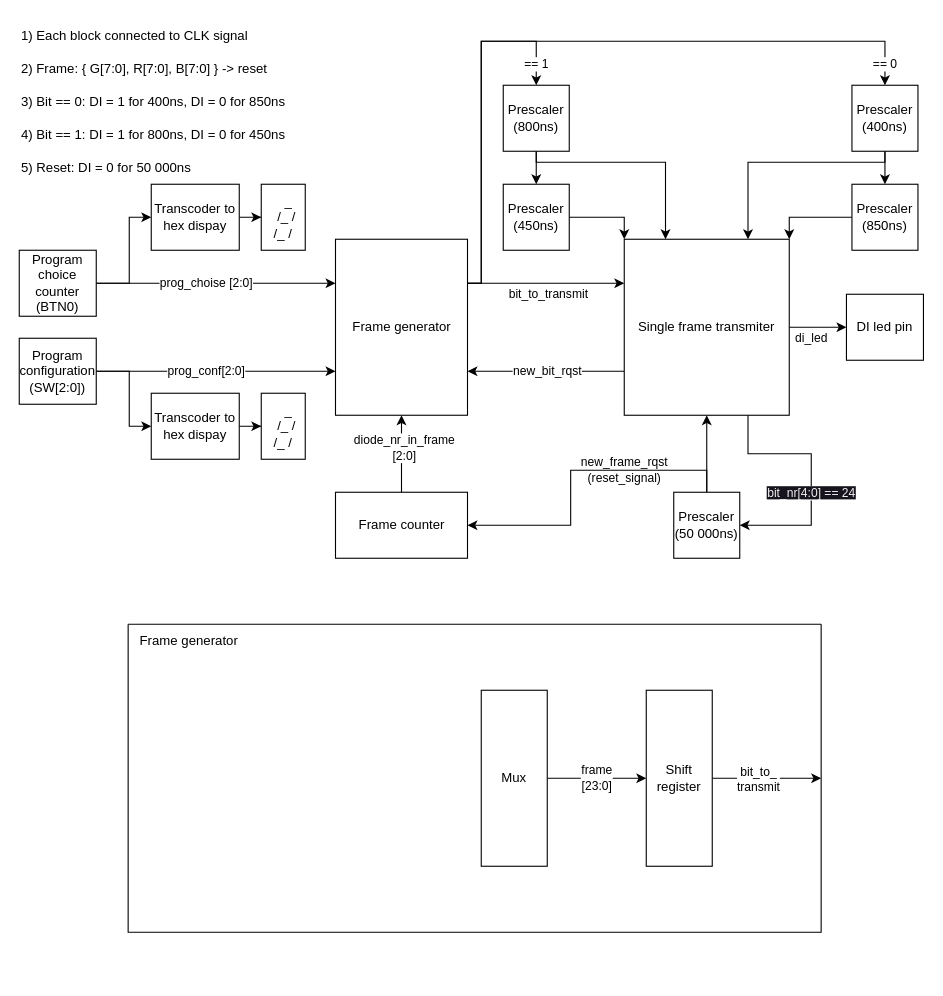
Above: LedSnake.drawio in r-smalec/LedSnake (draw.io), before the change. Source tidied: cells renumbered, new cells numbered last; positions are measured from the earlier drawing's top-left corner, leaving out a move shared by most shapes. Both pictures are drawn from the tidied source at 110%, with x=0, y=0 at pixel (19, 19).
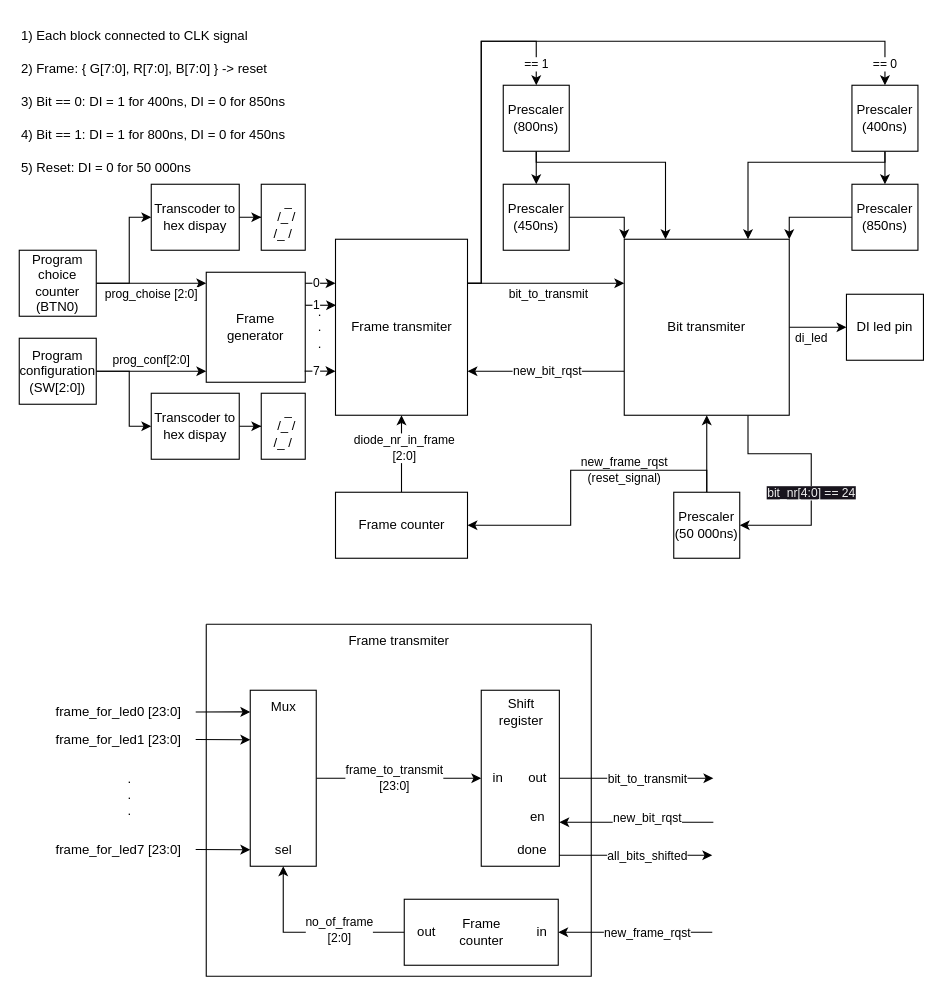
The same diagram, later.

Commit message:
Frame transmiter added to schematic

The change refers to these unchanged cells:
```xml
<mxCell id="4" value="Program choice&lt;br&gt;counter&lt;br&gt;(BTN0)" style="rounded=0;whiteSpace=wrap;html=1;" parent="1" vertex="1">
  <mxGeometry y="210" width="70" height="60" as="geometry" />
</mxCell>
<mxCell id="7" value="Program configuration&lt;br&gt;(SW[2:0])" style="rounded=0;whiteSpace=wrap;html=1;" parent="1" vertex="1">
  <mxGeometry y="290" width="70" height="60" as="geometry" />
</mxCell>
```

The edit, as a diff of the source:
```diff
@@
-    <mxCell id="2" value="prog_choise [2:0]" style="edgeStyle=orthogonalEdgeStyle;rounded=0;jettySize=auto;html=1;entryX=0;entryY=0.25;entryDx=0;entryDy=0;" parent="1" edge="1" source="4" target="17">
-      <mxGeometry x="-0.08" relative="1" as="geometry">
+    <mxCell id="2" value="prog_choise [2:0]" style="edgeStyle=orthogonalEdgeStyle;rounded=0;jettySize=auto;html=1;" parent="1" edge="1" source="4">
+      <mxGeometry y="-10" relative="1" as="geometry">
+        <mxPoint x="170" y="240" as="targetPoint" />
         <Array as="points">
           <mxPoint x="140" y="240" />
           <mxPoint x="140" y="240" />
         </Array>
       </mxGeometry>
     </mxCell>
@@
-    <mxCell id="5" value="prog_conf[2:0]" style="edgeStyle=orthogonalEdgeStyle;rounded=0;jettySize=auto;html=1;entryX=0;entryY=0.75;entryDx=0;entryDy=0;" parent="1" edge="1" source="7" target="17">
-      <mxGeometry x="-0.08" relative="1" as="geometry">
+    <mxCell id="5" value="prog_conf[2:0]" style="edgeStyle=orthogonalEdgeStyle;rounded=0;jettySize=auto;html=1;" parent="1" edge="1" source="7">
+      <mxGeometry y="10" relative="1" as="geometry">
+        <mxPoint x="170" y="320" as="targetPoint" />
         <Array as="points">
           <mxPoint x="90" y="320" />
           <mxPoint x="90" y="320" />
         </Array>
       </mxGeometry>
     </mxCell>
@@
-    <mxCell id="17" value="Frame generator" style="rounded=0;whiteSpace=wrap;html=1;" parent="1" vertex="1">
+    <mxCell id="17" value="Frame transmiter" style="rounded=0;whiteSpace=wrap;html=1;" parent="1" vertex="1">
       <mxGeometry x="287.5" y="200" width="120" height="160" as="geometry" />
     </mxCell>
@@
-    <mxCell id="21" value="Single frame transmiter" style="rounded=0;whiteSpace=wrap;html=1;" parent="1" vertex="1">
+    <mxCell id="21" value="Bit transmiter" style="rounded=0;whiteSpace=wrap;html=1;" parent="1" vertex="1">
       <mxGeometry x="550" y="200" width="150" height="160" as="geometry" />
     </mxCell>
@@
     <mxCell id="44" style="swimlane;startSize=0;" parent="1" vertex="1">
-      <mxGeometry x="99" y="550" width="630" height="280" as="geometry" />
+      <mxGeometry x="170" y="550" width="350" height="320" as="geometry" />
     </mxCell>
-    <mxCell id="45" value="frame&lt;br&gt;[23:0]" style="edgeStyle=none;html=1;entryX=0;entryY=0.5;entryDx=0;entryDy=0;" parent="44" edge="1" source="46" target="50">
-      <mxGeometry relative="1" as="geometry" />
+    <mxCell id="45" value="frame_to_transmit&lt;br&gt;[23:0]" style="edgeStyle=none;html=1;entryX=0;entryY=0.5;entryDx=0;entryDy=0;" parent="44" edge="1" source="46" target="50">
+      <mxGeometry x="-0.06" relative="1" as="geometry" />
     </mxCell>
-    <mxCell id="46" value="Mux" style="rounded=0;whiteSpace=wrap;html=1;" parent="44" vertex="1">
-      <mxGeometry x="321" y="60" width="60" height="160" as="geometry" />
+    <mxCell id="46" style="rounded=0;whiteSpace=wrap;html=1;" parent="44" vertex="1">
+      <mxGeometry x="40" y="60" width="60" height="160" as="geometry" />
     </mxCell>
-    <mxCell id="47" value="Frame generator" style="text;html=1;align=center;verticalAlign=middle;strokeColor=none;fillColor=none;" parent="44" vertex="1">
-      <mxGeometry width="110" height="30" as="geometry" />
+    <mxCell id="47" value="Frame transmiter" style="text;html=1;align=center;verticalAlign=middle;strokeColor=none;fillColor=none;" parent="44" vertex="1">
+      <mxGeometry x="120" width="110" height="30" as="geometry" />
     </mxCell>
-    <mxCell id="48" style="edgeStyle=none;html=1;entryX=1;entryY=0.5;entryDx=0;entryDy=0;" parent="44" edge="1" source="50" target="44">
-      <mxGeometry relative="1" as="geometry" />
+    <mxCell id="48" style="edgeStyle=none;html=1;" parent="44" edge="1" source="50">
+      <mxGeometry relative="1" as="geometry">
+        <mxPoint x="461" y="140" as="targetPoint" />
+      </mxGeometry>
     </mxCell>
-    <mxCell id="49" value="bit_to_&lt;br&gt;transmit" style="edgeLabel;html=1;align=center;verticalAlign=middle;" parent="48" vertex="1">
-      <mxGeometry x="-0.17" relative="1" as="geometry" />
+    <mxCell id="49" value="bit_to_transmit" style="edgeLabel;html=1;align=center;verticalAlign=middle;" parent="48" vertex="1">
+      <mxGeometry x="-0.17" relative="1" as="geometry">
+        <mxPoint x="21" as="offset" />
+      </mxGeometry>
     </mxCell>
-    <mxCell id="50" value="Shift register" style="rounded=0;whiteSpace=wrap;html=1;" parent="44" vertex="1">
-      <mxGeometry x="471" y="60" width="60" height="160" as="geometry" />
+    <mxCell id="50" style="rounded=0;whiteSpace=wrap;html=1;" parent="44" vertex="1">
+      <mxGeometry x="250" y="60" width="71" height="160" as="geometry" />
     </mxCell>
+    <mxCell id="51" style="endArrow=classic;html=1;rounded=0;entryX=1;entryY=0.75;entryDx=0;entryDy=0;" parent="44" edge="1" target="50">
+      <mxGeometry relative="1" as="geometry">
+        <mxPoint x="461" y="180" as="sourcePoint" />
+      </mxGeometry>
+    </mxCell>
+    <mxCell id="52" value="new_bit_rqst" style="edgeLabel;html=1;align=center;verticalAlign=middle;" parent="51" vertex="1">
+      <mxGeometry x="0.15" relative="1" as="geometry">
+        <mxPoint x="20" y="-5" as="offset" />
+      </mxGeometry>
+    </mxCell>
+    <mxCell id="53" value="Shift&lt;br&gt;register" style="text;html=1;align=center;verticalAlign=middle;strokeColor=none;fillColor=none;" parent="44" vertex="1">
+      <mxGeometry x="255.5" y="60" width="60" height="40" as="geometry" />
+    </mxCell>
+    <mxCell id="54" value="Mux" style="text;html=1;align=center;verticalAlign=middle;strokeColor=none;fillColor=none;" parent="44" vertex="1">
+      <mxGeometry x="45" y="60" width="50" height="30" as="geometry" />
+    </mxCell>
+    <mxCell id="55" value="out" style="text;html=1;align=center;verticalAlign=middle;strokeColor=none;fillColor=none;" parent="44" vertex="1">
+      <mxGeometry x="281" y="125" width="40" height="30" as="geometry" />
+    </mxCell>
+    <mxCell id="56" value="en" style="text;html=1;align=center;verticalAlign=middle;strokeColor=none;fillColor=none;" parent="44" vertex="1">
+      <mxGeometry x="281" y="160" width="40" height="30" as="geometry" />
+    </mxCell>
+    <mxCell id="57" value="done" style="text;html=1;align=center;verticalAlign=middle;points=[];strokeColor=none;fillColor=none;" parent="44" vertex="1">
+      <mxGeometry x="271" y="190" width="50" height="30" as="geometry" />
+    </mxCell>
+    <mxCell id="58" value="in" style="text;html=1;align=center;verticalAlign=middle;strokeColor=none;fillColor=none;" parent="44" vertex="1">
+      <mxGeometry x="250" y="125" width="30" height="30" as="geometry" />
+    </mxCell>
+    <mxCell id="59" style="endArrow=classic;html=1;rounded=0;entryX=0;entryY=0.123;entryDx=0;entryDy=0;entryPerimeter=0;exitX=1.003;exitY=0.492;exitDx=0;exitDy=0;exitPerimeter=0;" parent="44" edge="1" source="77">
+      <mxGeometry relative="1" as="geometry">
+        <mxPoint x="40" y="105" as="targetPoint" />
+      </mxGeometry>
+    </mxCell>
+    <mxCell id="60" value=".&lt;br&gt;.&lt;br&gt;." style="text;html=1;align=center;verticalAlign=middle;strokeColor=none;fillColor=none;" parent="44" vertex="1">
+      <mxGeometry x="-85" y="125" width="30" height="60" as="geometry" />
+    </mxCell>
+    <mxCell id="61" style="endArrow=classic;html=1;rounded=0;entryX=0;entryY=0.123;entryDx=0;entryDy=0;entryPerimeter=0;exitX=1.003;exitY=0.492;exitDx=0;exitDy=0;exitPerimeter=0;" parent="44" edge="1" source="76">
+      <mxGeometry relative="1" as="geometry">
+        <mxPoint x="40" y="205" as="targetPoint" />
+      </mxGeometry>
+    </mxCell>
+    <mxCell id="62" value="sel" style="text;html=1;align=center;verticalAlign=middle;strokeColor=none;fillColor=none;" parent="44" vertex="1">
+      <mxGeometry x="50" y="190" width="40" height="30" as="geometry" />
+    </mxCell>
+    <mxCell id="63" style="edgeStyle=orthogonalEdgeStyle;rounded=0;jettySize=auto;html=1;entryX=0.5;entryY=1;entryDx=0;entryDy=0;" parent="44" edge="1" source="65" target="46">
+      <mxGeometry relative="1" as="geometry" />
+    </mxCell>
+    <mxCell id="64" value="no_of_frame&lt;br&gt;[2:0]" style="edgeLabel;html=1;align=center;verticalAlign=middle;" parent="63" vertex="1">
+      <mxGeometry x="-0.29" y="-3" relative="1" as="geometry" />
+    </mxCell>
+    <mxCell id="65" style="whiteSpace=wrap;html=1;" parent="44" vertex="1">
+      <mxGeometry x="180" y="250" width="140" height="60" as="geometry" />
+    </mxCell>
+    <mxCell id="66" value="Frame&lt;br&gt;counter" style="text;html=1;align=center;verticalAlign=middle;strokeColor=none;fillColor=none;" parent="44" vertex="1">
+      <mxGeometry x="220" y="260" width="60" height="40" as="geometry" />
+    </mxCell>
+    <mxCell id="67" value="out" style="text;html=1;align=center;verticalAlign=middle;strokeColor=none;fillColor=none;" parent="44" vertex="1">
+      <mxGeometry x="180" y="265" width="40" height="30" as="geometry" />
+    </mxCell>
+    <mxCell id="68" value="in" style="text;html=1;align=center;verticalAlign=middle;strokeColor=none;fillColor=none;" parent="44" vertex="1">
+      <mxGeometry x="290" y="265" width="30" height="30" as="geometry" />
+    </mxCell>
+    <mxCell id="69" style="endArrow=classic;html=1;rounded=0;exitX=1;exitY=0.667;exitDx=0;exitDy=0;exitPerimeter=0;" parent="1" edge="1" source="57">
+      <mxGeometry relative="1" as="geometry">
+        <mxPoint x="630" y="760" as="targetPoint" />
+      </mxGeometry>
+    </mxCell>
+    <mxCell id="70" value="all_bits_shifted" style="edgeLabel;html=1;align=center;verticalAlign=middle;" parent="69" vertex="1">
+      <mxGeometry x="-0.23" y="2" relative="1" as="geometry">
+        <mxPoint x="26" y="2" as="offset" />
+      </mxGeometry>
+    </mxCell>
+    <mxCell id="71" value="Frame&lt;br&gt;generator" style="rounded=0;whiteSpace=wrap;html=1;" parent="1" vertex="1">
+      <mxGeometry x="170" y="230" width="90" height="100" as="geometry" />
+    </mxCell>
+    <mxCell id="72" value="0" style="endArrow=classic;html=1;rounded=0;entryX=0;entryY=0.25;entryDx=0;entryDy=0;" parent="1" edge="1" target="17">
+      <mxGeometry x="-0.27" relative="1" as="geometry">
+        <mxPoint x="260" y="240" as="sourcePoint" />
+      </mxGeometry>
+    </mxCell>
+    <mxCell id="73" value="1" style="endArrow=classic;html=1;rounded=0;entryX=0;entryY=0.25;entryDx=0;entryDy=0;" parent="1" edge="1">
+      <mxGeometry x="-0.27" relative="1" as="geometry">
+        <mxPoint x="260" y="260" as="sourcePoint" />
+        <mxPoint x="288" y="260" as="targetPoint" />
+      </mxGeometry>
+    </mxCell>
+    <mxCell id="74" value="7" style="endArrow=classic;html=1;rounded=0;entryX=0;entryY=0.25;entryDx=0;entryDy=0;" parent="1" edge="1">
+      <mxGeometry x="-0.27" relative="1" as="geometry">
+        <mxPoint x="259.5" y="319.9" as="sourcePoint" />
+        <mxPoint x="287.5" y="319.9" as="targetPoint" />
+      </mxGeometry>
+    </mxCell>
+    <mxCell id="75" value=".&lt;br&gt;.&lt;br&gt;." style="text;html=1;align=center;verticalAlign=middle;strokeColor=none;fillColor=none;" parent="1" vertex="1">
+      <mxGeometry x="257.5" y="250" width="30" height="60" as="geometry" />
+    </mxCell>
+    <mxCell id="76" value="frame_for_led7 [23:0]" style="text;html=1;align=center;verticalAlign=middle;points=[];strokeColor=none;fillColor=none;" parent="1" vertex="1">
+      <mxGeometry x="20" y="740" width="140" height="30" as="geometry" />
+    </mxCell>
+    <mxCell id="77" value="frame_for_led1 [23:0]" style="text;html=1;align=center;verticalAlign=middle;points=[];strokeColor=none;fillColor=none;" parent="1" vertex="1">
+      <mxGeometry x="20" y="640" width="140" height="30" as="geometry" />
+    </mxCell>
+    <mxCell id="78" value="frame_for_led0 [23:0]" style="text;html=1;align=center;verticalAlign=middle;points=[];strokeColor=none;fillColor=none;" parent="1" vertex="1">
+      <mxGeometry x="20" y="615" width="140" height="30" as="geometry" />
+    </mxCell>
+    <mxCell id="79" style="endArrow=classic;html=1;rounded=0;entryX=0;entryY=0.123;entryDx=0;entryDy=0;entryPerimeter=0;exitX=1.003;exitY=0.492;exitDx=0;exitDy=0;exitPerimeter=0;" parent="1" edge="1" source="78" target="46">
+      <mxGeometry relative="1" as="geometry" />
+    </mxCell>
+    <mxCell id="80" style="endArrow=classic;html=1;rounded=0;entryX=1;entryY=0.75;entryDx=0;entryDy=0;" parent="1" edge="1">
+      <mxGeometry relative="1" as="geometry">
+        <mxPoint x="630" y="830" as="sourcePoint" />
+        <mxPoint x="490" y="830" as="targetPoint" />
+      </mxGeometry>
+    </mxCell>
+    <mxCell id="81" value="new_frame_rqst" style="edgeLabel;html=1;align=center;verticalAlign=middle;" parent="80" vertex="1">
+      <mxGeometry x="0.15" relative="1" as="geometry">
+        <mxPoint x="21" as="offset" />
+      </mxGeometry>
+    </mxCell>
```
